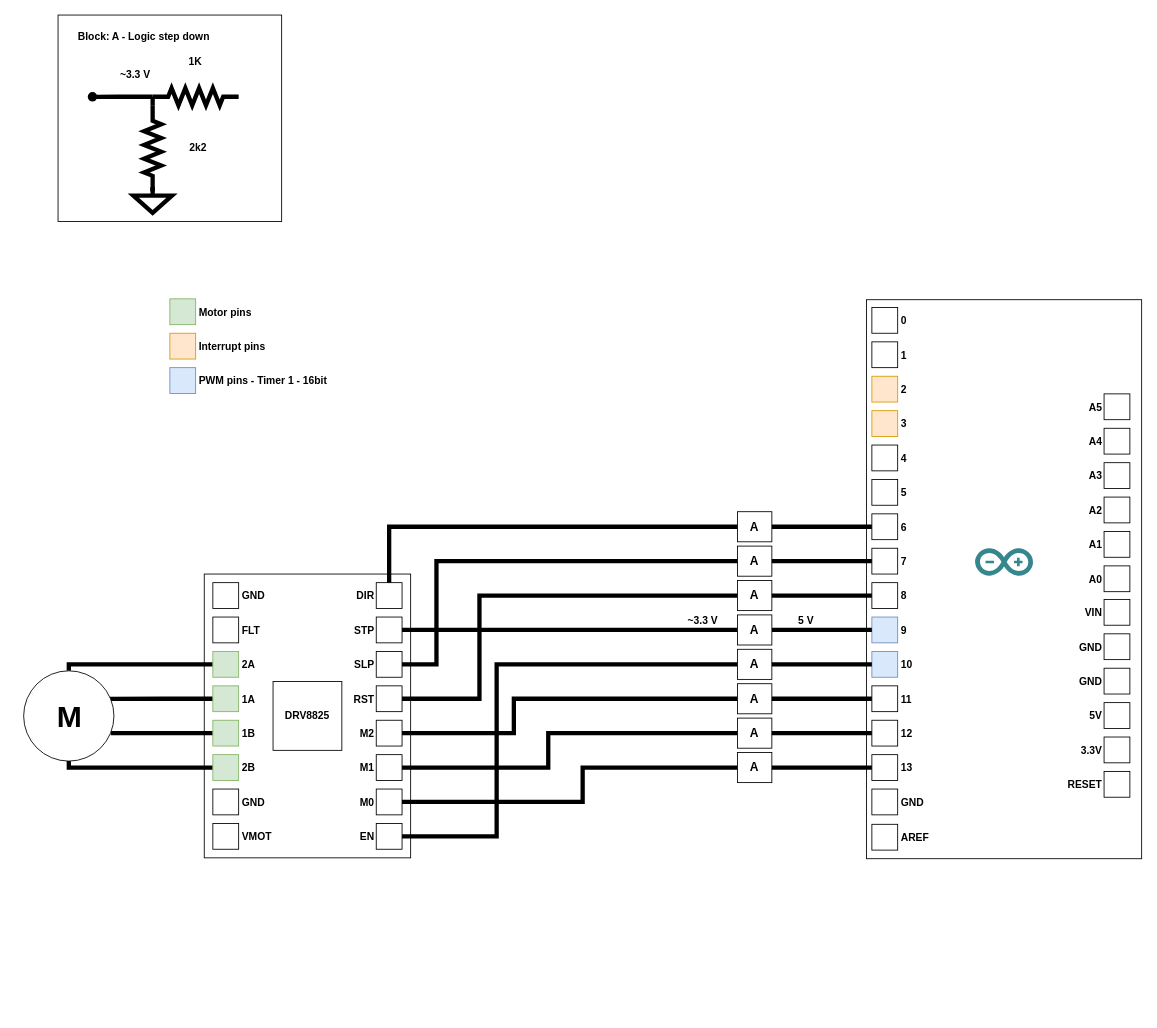
Earlier version of the draw.io diagram page "Page-1" (1 of 7) of design/block_diagram.drawio (Wauro21/SMC). Source tidied: cells renumbered, new cells numbered last; positions are measured from the earlier drawing's top-left corner, leaving out a move shared by most shapes. Both pictures are drawn from the tidied source at 86%, with x=0, y=0 at pixel (23, 15).
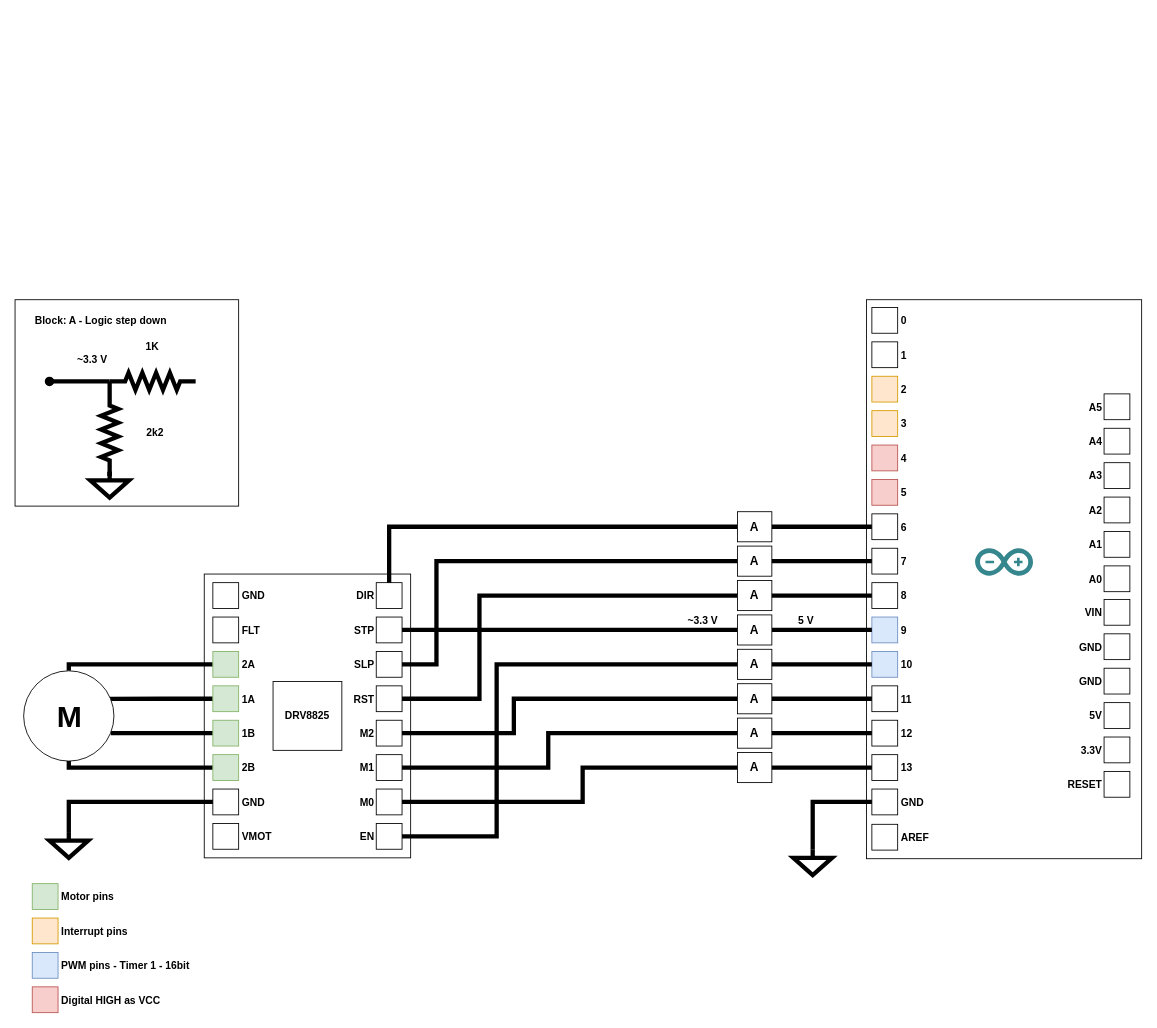
The same diagram, later.

Unchanged cells that the change refers to:
```xml
<mxCell id="13" value="GND" style="fontStyle=1;labelPosition=right;verticalLabelPosition=middle;align=left;verticalAlign=middle;spacingLeft=2;" parent="1" vertex="1">
  <mxGeometry x="220" y="900" width="30" height="30" as="geometry" />
</mxCell>
<mxCell id="26" style="group;fontStyle=1;" parent="25" vertex="1">
  <mxGeometry width="320" height="650" as="geometry" />
</mxCell>
<mxCell id="43" value="GND" style="fontStyle=1;labelPosition=right;verticalLabelPosition=middle;align=left;verticalAlign=middle;spacingLeft=2;" parent="26" vertex="1">
  <mxGeometry x="6.3" y="569" width="30" height="30" as="geometry" />
</mxCell>
```

Change to the diagram source:
```diff
@@
+    <mxCell id="97" style="edgeStyle=orthogonalEdgeStyle;rounded=0;jettySize=auto;html=1;exitX=0;exitY=0.5;exitDx=0;exitDy=0;entryX=0.5;entryY=0;entryDx=0;entryDy=0;entryPerimeter=0;strokeWidth=5;endArrow=none;endFill=0;" parent="1" edge="1" source="13" target="101">
+      <mxGeometry relative="1" as="geometry" />
+    </mxCell>
@@
-    <mxCell id="33" value="4" style="fontStyle=1;labelPosition=right;verticalLabelPosition=middle;align=left;verticalAlign=middle;spacingLeft=2;" parent="26" vertex="1">
+    <mxCell id="33" value="4" style="fontStyle=1;labelPosition=right;verticalLabelPosition=middle;align=left;verticalAlign=middle;spacingLeft=2;fillColor=#f8cecc;strokeColor=#b85450;" parent="26" vertex="1">
       <mxGeometry x="6.3" y="169" width="30" height="30" as="geometry" />
     </mxCell>
-    <mxCell id="34" value="5" style="fontStyle=1;labelPosition=right;verticalLabelPosition=middle;align=left;verticalAlign=middle;spacingLeft=2;" parent="26" vertex="1">
+    <mxCell id="34" value="5" style="fontStyle=1;labelPosition=right;verticalLabelPosition=middle;align=left;verticalAlign=middle;spacingLeft=2;fillColor=#f8cecc;strokeColor=#b85450;" parent="26" vertex="1">
       <mxGeometry x="6.3" y="209" width="30" height="30" as="geometry" />
     </mxCell>
@@
     <mxCell id="57" value="Interrupt pins" style="fontStyle=1;labelPosition=right;verticalLabelPosition=middle;align=left;verticalAlign=middle;spacingLeft=2;fillColor=#ffe6cc;strokeColor=#d79b00;" parent="1" vertex="1">
-      <mxGeometry x="170" y="370" width="30" height="30" as="geometry" />
+      <mxGeometry x="10" y="1050" width="30" height="30" as="geometry" />
     </mxCell>
     <mxCell id="58" value="Motor pins" style="fontStyle=1;labelPosition=right;verticalLabelPosition=middle;align=left;verticalAlign=middle;spacingLeft=2;fillColor=#d5e8d4;strokeColor=#82b366;" parent="1" vertex="1">
-      <mxGeometry x="170" y="330" width="30" height="30" as="geometry" />
+      <mxGeometry x="10" y="1010" width="30" height="30" as="geometry" />
     </mxCell>
     <mxCell id="59" value="PWM pins - Timer 1 - 16bit" style="fontStyle=1;labelPosition=right;verticalLabelPosition=middle;align=left;verticalAlign=middle;spacingLeft=2;fillColor=#dae8fc;strokeColor=#6c8ebf;" parent="1" vertex="1">
-      <mxGeometry x="170" y="410" width="30" height="30" as="geometry" />
+      <mxGeometry x="10" y="1090" width="30" height="30" as="geometry" />
     </mxCell>
@@
     <mxCell id="64" style="rounded=0;whiteSpace=wrap;html=1;strokeWidth=1;fontStyle=1;" parent="1" vertex="1">
-      <mxGeometry x="40" width="260" height="240" as="geometry" />
+      <mxGeometry x="-10" y="331" width="260" height="240" as="geometry" />
     </mxCell>
     <mxCell id="65" style="verticalLabelPosition=bottom;shadow=0;dashed=0;align=center;html=1;verticalAlign=top;shape=mxgraph.electrical.signal_sources.signal_ground;strokeWidth=5;fontStyle=1;" parent="1" vertex="1">
-      <mxGeometry x="127.5" y="200" width="45" height="30" as="geometry" />
+      <mxGeometry x="77.5" y="531" width="45" height="30" as="geometry" />
     </mxCell>
     <mxCell id="66" style="edgeStyle=orthogonalEdgeStyle;rounded=0;jettySize=auto;html=1;exitX=0;exitY=0.5;exitDx=0;exitDy=0;exitPerimeter=0;entryX=0.154;entryY=0.396;entryDx=0;entryDy=0;entryPerimeter=0;strokeWidth=5;endArrow=oval;endFill=1;fontStyle=1;" parent="1" edge="1" source="67" target="64">
       <mxGeometry relative="1" as="geometry">
         <Array as="points">
-          <mxPoint x="110" y="95" />
-          <mxPoint x="110" y="95" />
+          <mxPoint x="60" y="426" />
+          <mxPoint x="60" y="426" />
         </Array>
       </mxGeometry>
     </mxCell>
     <mxCell id="67" style="verticalLabelPosition=bottom;shadow=0;dashed=0;align=center;html=1;verticalAlign=top;shape=mxgraph.electrical.resistors.resistor_2;strokeWidth=5;fontStyle=1;" parent="1" vertex="1">
-      <mxGeometry x="150" y="85" width="100" height="20" as="geometry" />
+      <mxGeometry x="100" y="416" width="100" height="20" as="geometry" />
     </mxCell>
@@
     <mxCell id="70" style="verticalLabelPosition=bottom;shadow=0;dashed=0;align=center;html=1;verticalAlign=top;shape=mxgraph.electrical.resistors.resistor_2;strokeWidth=5;direction=south;fontStyle=1;" parent="1" vertex="1">
-      <mxGeometry x="140" y="105" width="20" height="100" as="geometry" />
+      <mxGeometry x="90" y="436" width="20" height="100" as="geometry" />
     </mxCell>
     <mxCell id="71" value="&lt;span&gt;1K&lt;/span&gt;" style="text;html=1;strokeColor=none;fillColor=none;align=center;verticalAlign=middle;whiteSpace=wrap;rounded=0;fontStyle=1;" parent="1" vertex="1">
-      <mxGeometry x="170" y="40" width="60" height="30" as="geometry" />
+      <mxGeometry x="120" y="371" width="60" height="30" as="geometry" />
     </mxCell>
     <mxCell id="72" value="&lt;span&gt;2k2&lt;/span&gt;" style="text;html=1;strokeColor=none;fillColor=none;align=center;verticalAlign=middle;whiteSpace=wrap;rounded=0;fontStyle=1;" parent="1" vertex="1">
-      <mxGeometry x="172.5" y="140" width="60" height="30" as="geometry" />
+      <mxGeometry x="122.5" y="471" width="60" height="30" as="geometry" />
     </mxCell>
     <mxCell id="73" value="~3.3 V" style="text;html=1;strokeColor=none;fillColor=none;align=center;verticalAlign=middle;whiteSpace=wrap;rounded=0;fontStyle=1;" parent="1" vertex="1">
-      <mxGeometry x="100" y="55" width="60" height="30" as="geometry" />
+      <mxGeometry x="50" y="386" width="60" height="30" as="geometry" />
     </mxCell>
     <mxCell id="74" value="Block: A - Logic step down" style="text;html=1;strokeColor=none;fillColor=none;align=center;verticalAlign=middle;whiteSpace=wrap;rounded=0;fontStyle=1;" parent="1" vertex="1">
-      <mxGeometry x="50" y="10" width="180" height="30" as="geometry" />
+      <mxGeometry y="341" width="180" height="30" as="geometry" />
     </mxCell>
@@
+    <mxCell id="98" value="Digital HIGH as VCC" style="fontStyle=1;labelPosition=right;verticalLabelPosition=middle;align=left;verticalAlign=middle;spacingLeft=2;fillColor=#f8cecc;strokeColor=#b85450;" parent="1" vertex="1">
+      <mxGeometry x="10" y="1130" width="30" height="30" as="geometry" />
+    </mxCell>
+    <mxCell id="99" style="verticalLabelPosition=bottom;shadow=0;dashed=0;align=center;html=1;verticalAlign=top;shape=mxgraph.electrical.signal_sources.signal_ground;strokeWidth=5;" parent="1" vertex="1">
+      <mxGeometry x="895" y="970" width="45" height="30" as="geometry" />
+    </mxCell>
+    <mxCell id="100" style="edgeStyle=orthogonalEdgeStyle;rounded=0;jettySize=auto;html=1;exitX=0;exitY=0.5;exitDx=0;exitDy=0;entryX=0.5;entryY=0;entryDx=0;entryDy=0;entryPerimeter=0;strokeWidth=5;endArrow=none;endFill=0;" parent="1" edge="1" source="43" target="99">
+      <mxGeometry relative="1" as="geometry" />
+    </mxCell>
+    <mxCell id="101" style="verticalLabelPosition=bottom;shadow=0;dashed=0;align=center;html=1;verticalAlign=top;shape=mxgraph.electrical.signal_sources.signal_ground;strokeWidth=5;" parent="1" vertex="1">
+      <mxGeometry x="30" y="950" width="45" height="30" as="geometry" />
+    </mxCell>
```
